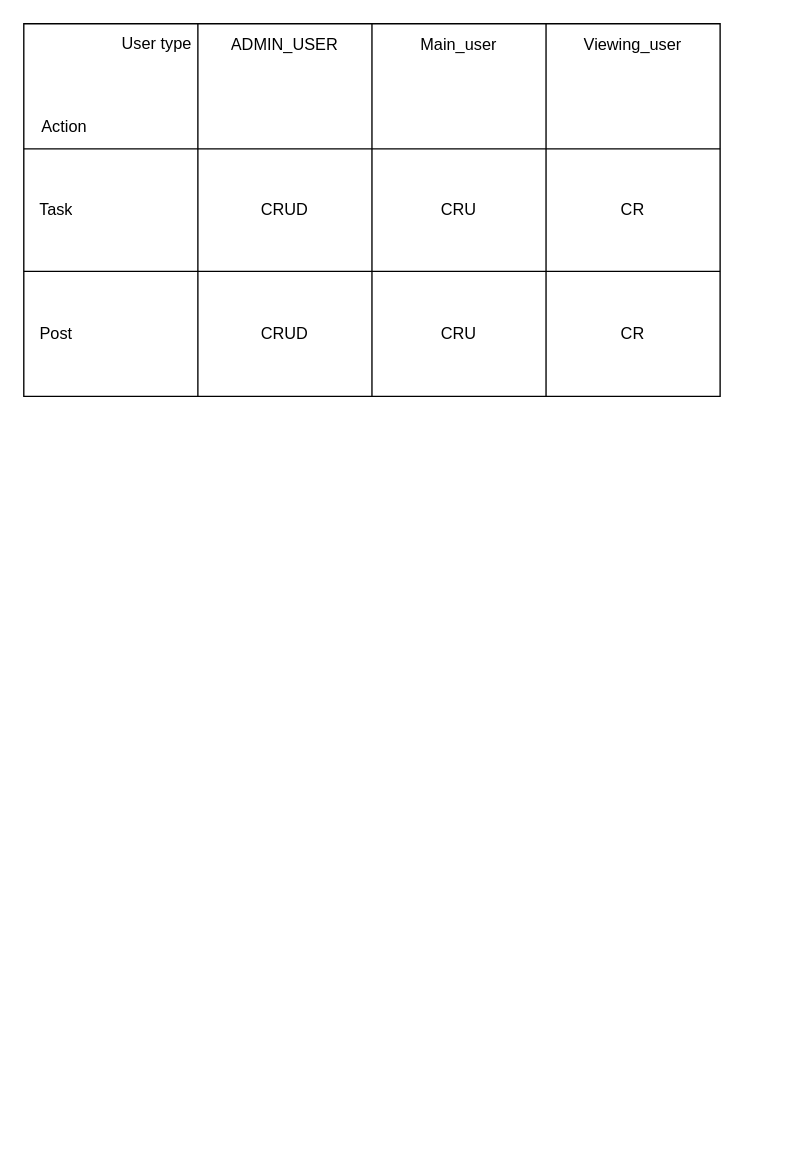
The draw.io diagram Sticky_notes CRUD Matrix.drawio in DANIEL-BOERESCU/Sticky-notes, before the edit. Source tidied: cells renumbered, new cells numbered last; positions are measured from the earlier drawing's top-left corner, leaving out a move shared by most shapes. Both pictures are drawn from the tidied source at 136%, with x=0, y=0 at pixel (23, 23).
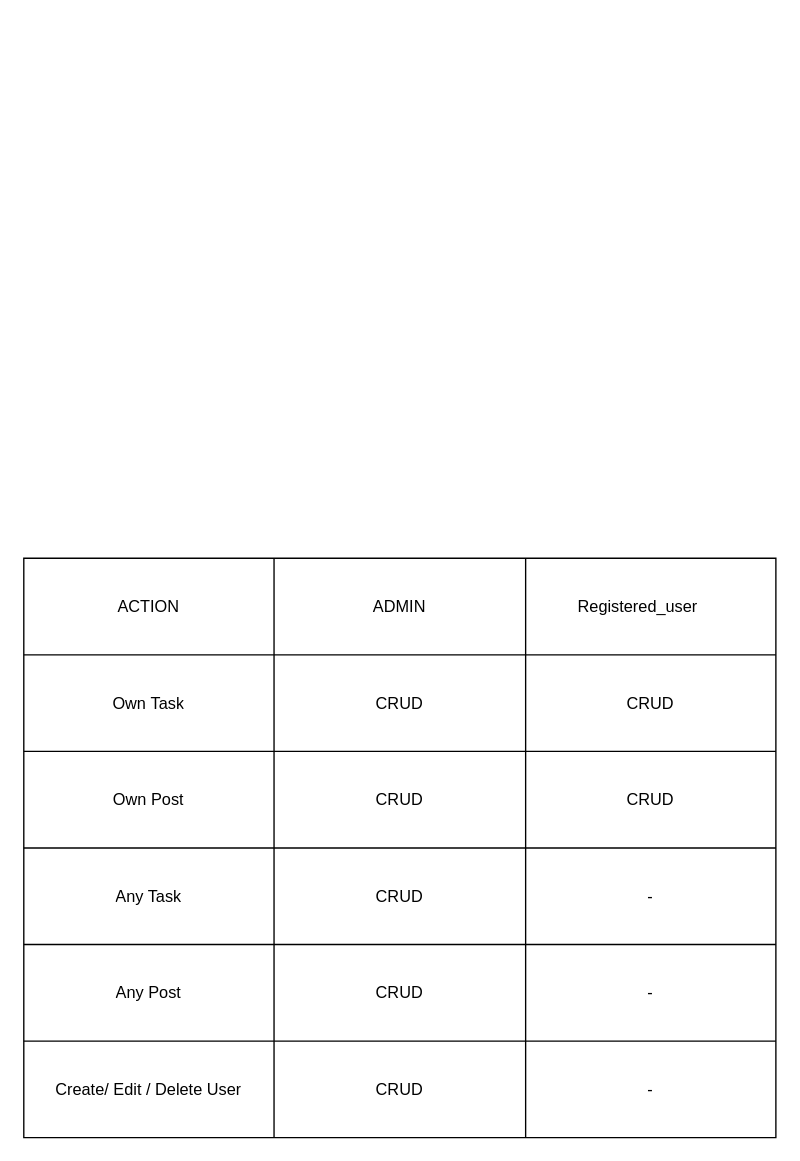
The same page after the edit.

Commit message (it also covers changes not shown here):
Amended diagrams

Change to the diagram source:
```diff
@@
-    <mxCell id="2" style="shape=table;startSize=0;childLayout=tableLayout;" parent="1" vertex="1">
-      <mxGeometry width="512" height="274" as="geometry" />
-    </mxCell>
-    <mxCell id="3" style="shape=tableRow;horizontal=0;startSize=0;swimlaneHead=0;swimlaneBody=0;strokeColor=inherit;top=0;left=0;bottom=0;right=0;fillColor=none;" parent="2" vertex="1">
-      <mxGeometry width="512" height="92" as="geometry" />
-    </mxCell>
-    <mxCell id="4" style="shape=partialRectangle;html=1;whiteSpace=wrap;strokeColor=inherit;overflow=hidden;fillColor=none;top=0;left=0;bottom=0;right=0;" parent="3" vertex="1">
-      <mxGeometry width="128" height="92" as="geometry" />
-    </mxCell>
-    <mxCell id="5" value="ADMIN_USER" style="shape=partialRectangle;html=1;whiteSpace=wrap;strokeColor=inherit;overflow=hidden;fillColor=none;top=0;left=0;bottom=0;right=0;verticalAlign=middle;spacingTop=0;spacingBottom=60;" parent="3" vertex="1">
-      <mxGeometry x="128" width="128" height="92" as="geometry" />
-    </mxCell>
-    <mxCell id="6" value="Main_user" style="shape=partialRectangle;html=1;whiteSpace=wrap;strokeColor=inherit;overflow=hidden;fillColor=none;top=0;left=0;bottom=0;right=0;verticalAlign=middle;spacingTop=0;spacingBottom=60;" parent="3" vertex="1">
-      <mxGeometry x="256" width="128" height="92" as="geometry" />
-    </mxCell>
-    <mxCell id="7" value="Viewing_user" style="shape=partialRectangle;html=1;whiteSpace=wrap;strokeColor=inherit;overflow=hidden;fillColor=none;top=0;left=0;bottom=0;right=0;verticalAlign=middle;spacingTop=0;spacingBottom=60;" parent="3" vertex="1">
-      <mxGeometry x="384" width="128" height="92" as="geometry" />
-    </mxCell>
-    <mxCell id="8" style="shape=tableRow;horizontal=0;startSize=0;swimlaneHead=0;swimlaneBody=0;strokeColor=inherit;top=0;left=0;bottom=0;right=0;fillColor=none;" parent="2" vertex="1">
-      <mxGeometry y="92" width="512" height="90" as="geometry" />
-    </mxCell>
-    <mxCell id="9" value="Task" style="shape=partialRectangle;html=1;whiteSpace=wrap;strokeColor=inherit;overflow=hidden;fillColor=none;top=0;left=0;bottom=0;right=0;labelPosition=center;verticalLabelPosition=middle;align=center;verticalAlign=middle;spacingLeft=0;spacingRight=80;" parent="8" vertex="1">
-      <mxGeometry width="128" height="90" as="geometry" />
-    </mxCell>
-    <mxCell id="10" value="CRUD" style="shape=partialRectangle;html=1;whiteSpace=wrap;strokeColor=inherit;overflow=hidden;fillColor=none;top=0;left=0;bottom=0;right=0;" parent="8" vertex="1">
-      <mxGeometry x="128" width="128" height="90" as="geometry" />
-    </mxCell>
-    <mxCell id="11" value="CRU" style="shape=partialRectangle;html=1;whiteSpace=wrap;strokeColor=inherit;overflow=hidden;fillColor=none;top=0;left=0;bottom=0;right=0;" parent="8" vertex="1">
-      <mxGeometry x="256" width="128" height="90" as="geometry" />
-    </mxCell>
-    <mxCell id="12" value="CR" style="shape=partialRectangle;html=1;whiteSpace=wrap;strokeColor=inherit;overflow=hidden;fillColor=none;top=0;left=0;bottom=0;right=0;" parent="8" vertex="1">
-      <mxGeometry x="384" width="128" height="90" as="geometry" />
-    </mxCell>
-    <mxCell id="13" style="shape=tableRow;horizontal=0;startSize=0;swimlaneHead=0;swimlaneBody=0;strokeColor=inherit;top=0;left=0;bottom=0;right=0;fillColor=none;" parent="2" vertex="1">
-      <mxGeometry y="182" width="512" height="92" as="geometry" />
-    </mxCell>
-    <mxCell id="14" value="Post" style="shape=partialRectangle;html=1;whiteSpace=wrap;strokeColor=inherit;overflow=hidden;fillColor=none;top=0;left=0;bottom=0;right=0;labelPosition=center;verticalLabelPosition=middle;align=center;verticalAlign=middle;spacingLeft=0;spacingRight=80;" parent="13" vertex="1">
-      <mxGeometry width="128" height="92" as="geometry" />
-    </mxCell>
-    <mxCell id="15" value="CRUD" style="shape=partialRectangle;html=1;whiteSpace=wrap;strokeColor=inherit;overflow=hidden;fillColor=none;top=0;left=0;bottom=0;right=0;" parent="13" vertex="1">
-      <mxGeometry x="128" width="128" height="92" as="geometry" />
-    </mxCell>
-    <mxCell id="16" value="CRU" style="shape=partialRectangle;html=1;whiteSpace=wrap;strokeColor=inherit;overflow=hidden;fillColor=none;top=0;left=0;bottom=0;right=0;" parent="13" vertex="1">
-      <mxGeometry x="256" width="128" height="92" as="geometry" />
-    </mxCell>
-    <mxCell id="17" value="CR" style="shape=partialRectangle;html=1;whiteSpace=wrap;strokeColor=inherit;overflow=hidden;fillColor=none;top=0;left=0;bottom=0;right=0;" parent="13" vertex="1">
-      <mxGeometry x="384" width="128" height="92" as="geometry" />
-    </mxCell>
-    <mxCell id="18" value="Action" style="text;strokeColor=none;align=center;fillColor=none;html=1;verticalAlign=middle;whiteSpace=wrap;rounded=0;" parent="1" vertex="1">
-      <mxGeometry y="61" width="60" height="30" as="geometry" />
-    </mxCell>
-    <mxCell id="19" value="User type" style="text;strokeColor=none;align=center;fillColor=none;html=1;verticalAlign=middle;whiteSpace=wrap;rounded=0;" parent="1" vertex="1">
-      <mxGeometry x="68" width="60" height="30" as="geometry" />
-    </mxCell>
+    <mxCell id="20" style="shape=table;startSize=0;childLayout=tableLayout;" parent="1" vertex="1">
+      <mxGeometry y="393" width="553" height="426" as="geometry" />
+    </mxCell>
+    <mxCell id="21" style="shape=tableRow;horizontal=0;startSize=0;swimlaneHead=0;swimlaneBody=0;strokeColor=inherit;top=0;left=0;bottom=0;right=0;fillColor=none;" parent="20" vertex="1">
+      <mxGeometry width="553" height="71" as="geometry" />
+    </mxCell>
+    <mxCell id="22" value="ACTION" style="shape=partialRectangle;html=1;whiteSpace=wrap;strokeColor=inherit;overflow=hidden;fillColor=none;top=0;left=0;bottom=0;right=0;" parent="21" vertex="1">
+      <mxGeometry width="184" height="71" as="geometry" />
+    </mxCell>
+    <mxCell id="23" value="ADMIN" style="shape=partialRectangle;html=1;whiteSpace=wrap;strokeColor=inherit;overflow=hidden;fillColor=none;top=0;left=0;bottom=0;right=0;" parent="21" vertex="1">
+      <mxGeometry x="184" width="185" height="71" as="geometry" />
+    </mxCell>
+    <mxCell id="24" value="Registered_user&lt;span style=&quot;white-space: pre;&quot;&gt;&#9;&lt;/span&gt;" style="shape=partialRectangle;html=1;whiteSpace=wrap;strokeColor=inherit;overflow=hidden;fillColor=none;top=0;left=0;bottom=0;right=0;" parent="21" vertex="1">
+      <mxGeometry x="369" width="184" height="71" as="geometry" />
+    </mxCell>
+    <mxCell id="25" style="shape=tableRow;horizontal=0;startSize=0;swimlaneHead=0;swimlaneBody=0;strokeColor=inherit;top=0;left=0;bottom=0;right=0;fillColor=none;" parent="20" vertex="1">
+      <mxGeometry y="71" width="553" height="71" as="geometry" />
+    </mxCell>
+    <mxCell id="26" value="Own&lt;span style=&quot;background-color: initial;&quot;&gt;&amp;nbsp;Task&lt;/span&gt;" style="shape=partialRectangle;html=1;whiteSpace=wrap;strokeColor=inherit;overflow=hidden;fillColor=none;top=0;left=0;bottom=0;right=0;" parent="25" vertex="1">
+      <mxGeometry width="184" height="71" as="geometry" />
+    </mxCell>
+    <mxCell id="27" value="CRUD" style="shape=partialRectangle;html=1;whiteSpace=wrap;strokeColor=inherit;overflow=hidden;fillColor=none;top=0;left=0;bottom=0;right=0;" parent="25" vertex="1">
+      <mxGeometry x="184" width="185" height="71" as="geometry" />
+    </mxCell>
+    <mxCell id="28" value="CRUD" style="shape=partialRectangle;html=1;whiteSpace=wrap;strokeColor=inherit;overflow=hidden;fillColor=none;top=0;left=0;bottom=0;right=0;" parent="25" vertex="1">
+      <mxGeometry x="369" width="184" height="71" as="geometry" />
+    </mxCell>
+    <mxCell id="29" style="shape=tableRow;horizontal=0;startSize=0;swimlaneHead=0;swimlaneBody=0;strokeColor=inherit;top=0;left=0;bottom=0;right=0;fillColor=none;" parent="20" vertex="1">
+      <mxGeometry y="142" width="553" height="71" as="geometry" />
+    </mxCell>
+    <mxCell id="30" value="Own Post" style="shape=partialRectangle;html=1;whiteSpace=wrap;strokeColor=inherit;overflow=hidden;fillColor=none;top=0;left=0;bottom=0;right=0;" parent="29" vertex="1">
+      <mxGeometry width="184" height="71" as="geometry" />
+    </mxCell>
+    <mxCell id="31" value="CRUD" style="shape=partialRectangle;html=1;whiteSpace=wrap;strokeColor=inherit;overflow=hidden;fillColor=none;top=0;left=0;bottom=0;right=0;" parent="29" vertex="1">
+      <mxGeometry x="184" width="185" height="71" as="geometry" />
+    </mxCell>
+    <mxCell id="32" value="CRUD" style="shape=partialRectangle;html=1;whiteSpace=wrap;strokeColor=inherit;overflow=hidden;fillColor=none;top=0;left=0;bottom=0;right=0;" parent="29" vertex="1">
+      <mxGeometry x="369" width="184" height="71" as="geometry" />
+    </mxCell>
+    <mxCell id="33" style="shape=tableRow;horizontal=0;startSize=0;swimlaneHead=0;swimlaneBody=0;strokeColor=inherit;top=0;left=0;bottom=0;right=0;fillColor=none;" parent="20" vertex="1">
+      <mxGeometry y="213" width="553" height="71" as="geometry" />
+    </mxCell>
+    <mxCell id="34" value="Any Task" style="shape=partialRectangle;html=1;whiteSpace=wrap;strokeColor=inherit;overflow=hidden;fillColor=none;top=0;left=0;bottom=0;right=0;" parent="33" vertex="1">
+      <mxGeometry width="184" height="71" as="geometry" />
+    </mxCell>
+    <mxCell id="35" value="CRUD" style="shape=partialRectangle;html=1;whiteSpace=wrap;strokeColor=inherit;overflow=hidden;fillColor=none;top=0;left=0;bottom=0;right=0;" parent="33" vertex="1">
+      <mxGeometry x="184" width="185" height="71" as="geometry" />
+    </mxCell>
+    <mxCell id="36" value="-" style="shape=partialRectangle;html=1;whiteSpace=wrap;strokeColor=inherit;overflow=hidden;fillColor=none;top=0;left=0;bottom=0;right=0;" parent="33" vertex="1">
+      <mxGeometry x="369" width="184" height="71" as="geometry" />
+    </mxCell>
+    <mxCell id="37" style="shape=tableRow;horizontal=0;startSize=0;swimlaneHead=0;swimlaneBody=0;strokeColor=inherit;top=0;left=0;bottom=0;right=0;fillColor=none;" parent="20" vertex="1">
+      <mxGeometry y="284" width="553" height="71" as="geometry" />
+    </mxCell>
+    <mxCell id="38" value="Any Post" style="shape=partialRectangle;html=1;whiteSpace=wrap;strokeColor=inherit;overflow=hidden;fillColor=none;top=0;left=0;bottom=0;right=0;" parent="37" vertex="1">
+      <mxGeometry width="184" height="71" as="geometry" />
+    </mxCell>
+    <mxCell id="39" value="CRUD" style="shape=partialRectangle;html=1;whiteSpace=wrap;strokeColor=inherit;overflow=hidden;fillColor=none;top=0;left=0;bottom=0;right=0;" parent="37" vertex="1">
+      <mxGeometry x="184" width="185" height="71" as="geometry" />
+    </mxCell>
+    <mxCell id="40" value="-" style="shape=partialRectangle;html=1;whiteSpace=wrap;strokeColor=inherit;overflow=hidden;fillColor=none;top=0;left=0;bottom=0;right=0;" parent="37" vertex="1">
+      <mxGeometry x="369" width="184" height="71" as="geometry" />
+    </mxCell>
+    <mxCell id="41" style="shape=tableRow;horizontal=0;startSize=0;swimlaneHead=0;swimlaneBody=0;strokeColor=inherit;top=0;left=0;bottom=0;right=0;fillColor=none;" parent="20" vertex="1">
+      <mxGeometry y="355" width="553" height="71" as="geometry" />
+    </mxCell>
+    <mxCell id="42" value="Create/ Edit / Delete User" style="shape=partialRectangle;html=1;whiteSpace=wrap;strokeColor=inherit;overflow=hidden;fillColor=none;top=0;left=0;bottom=0;right=0;" parent="41" vertex="1">
+      <mxGeometry width="184" height="71" as="geometry" />
+    </mxCell>
+    <mxCell id="43" value="CRUD" style="shape=partialRectangle;html=1;whiteSpace=wrap;strokeColor=inherit;overflow=hidden;fillColor=none;top=0;left=0;bottom=0;right=0;" parent="41" vertex="1">
+      <mxGeometry x="184" width="185" height="71" as="geometry" />
+    </mxCell>
+    <mxCell id="44" value="-" style="shape=partialRectangle;html=1;whiteSpace=wrap;strokeColor=inherit;overflow=hidden;fillColor=none;top=0;left=0;bottom=0;right=0;" parent="41" vertex="1">
+      <mxGeometry x="369" width="184" height="71" as="geometry" />
+    </mxCell>
```
